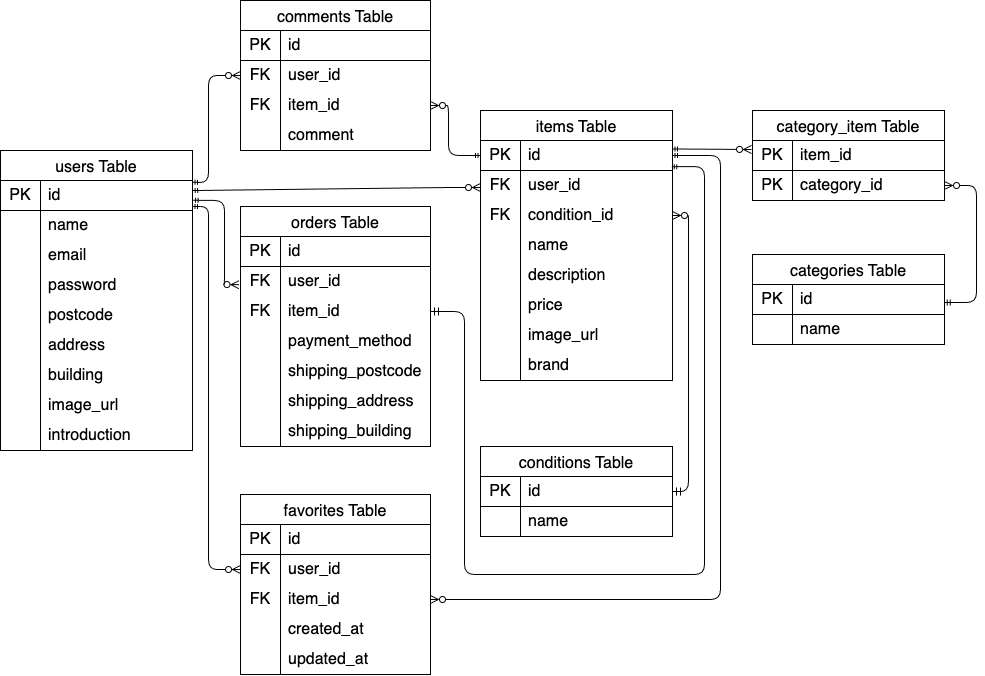
This is docs/database-design.drawio.png from saiki-ayaka/flea-market, a draw.io export, as it was before one commit. Source tidied: cells renumbered, new cells last; positions are measured from the earlier drawing's top-left corner, leaving out a move shared by most shapes.
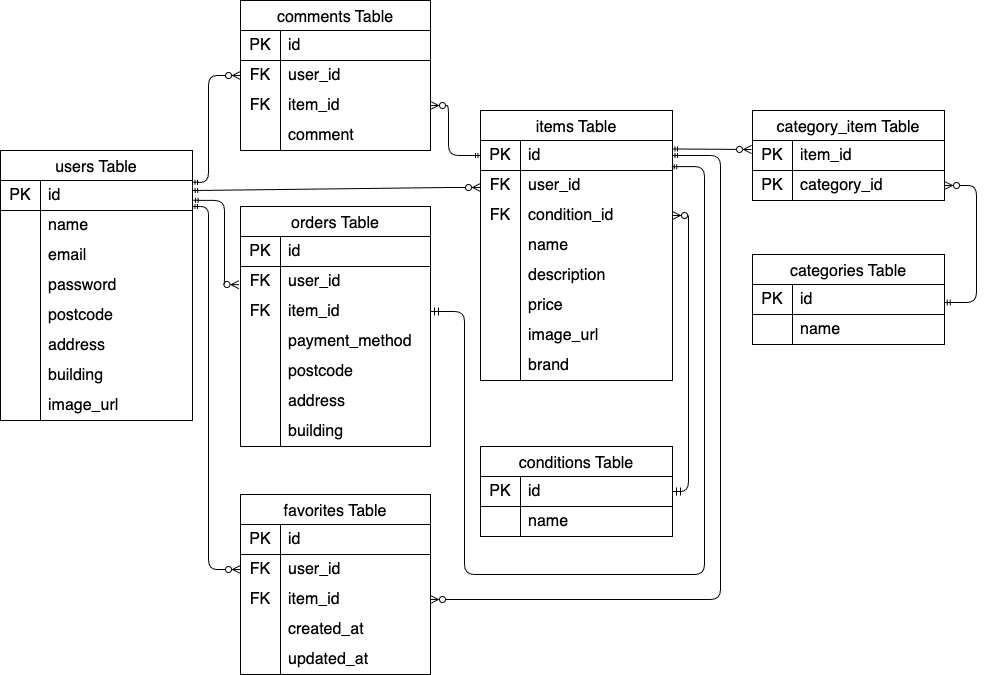
Above is the later version.

Commit message:
docs: READMEのテーブル定義修正とデータベース設計図の更新

Change to the diagram source:
```diff
@@ -45,7 +45,7 @@
       <mxGeometry x="40" width="152" height="30" as="geometry" />
     </mxCell>
     <mxCell id="16" value="users Table" style="shape=table;startSize=30;rowLines=0;fontStyle=0;strokeColor=default;fontSize=16;shadow=0;" parent="1" vertex="1">
-      <mxGeometry y="150" width="192" height="300" as="geometry" />
+      <mxGeometry y="150" width="192" height="270" as="geometry" />
     </mxCell>
     <mxCell id="17" style="shape=tableRow;horizontal=0;startSize=0;swimlaneHead=0;swimlaneBody=0;top=0;left=0;bottom=0;right=0;fillColor=none;points=[[0,0.5],[1,0.5]];portConstraint=eastwest;strokeColor=inherit;fontSize=16;" parent="16" vertex="1">
       <mxGeometry y="30" width="192" height="30" as="geometry" />
@@ -119,15 +119,6 @@
     <mxCell id="40" value="image_url" style="shape=partialRectangle;html=1;whiteSpace=wrap;fillColor=none;top=0;left=0;bottom=0;right=0;align=left;spacingLeft=6;overflow=hidden;strokeColor=inherit;fontSize=16;" parent="38" vertex="1">
       <mxGeometry x="40" width="152" height="30" as="geometry" />
     </mxCell>
-    <mxCell id="41" style="shape=tableRow;horizontal=0;startSize=0;swimlaneHead=0;swimlaneBody=0;top=0;left=0;bottom=0;right=0;fillColor=none;strokeColor=inherit;fontSize=16;" parent="16" vertex="1">
-      <mxGeometry y="270" width="192" height="30" as="geometry" />
-    </mxCell>
-    <mxCell id="42" style="shape=partialRectangle;html=1;whiteSpace=wrap;fillColor=none;top=0;left=0;bottom=0;right=0;overflow=hidden;strokeColor=inherit;fontSize=16;" parent="41" vertex="1">
-      <mxGeometry width="40" height="30" as="geometry" />
-    </mxCell>
-    <mxCell id="43" value="introduction" style="shape=partialRectangle;html=1;whiteSpace=wrap;fillColor=none;top=0;left=0;bottom=0;right=0;align=left;spacingLeft=6;overflow=hidden;strokeColor=inherit;fontSize=16;" parent="41" vertex="1">
-      <mxGeometry x="40" width="152" height="30" as="geometry" />
-    </mxCell>
     <mxCell id="44" value="items Table" style="shape=table;startSize=30;rowLines=0;fontStyle=0;strokeColor=default;fontSize=16;shadow=0;" parent="1" vertex="1">
       <mxGeometry x="480" y="110" width="192" height="270" as="geometry" />
     </mxCell>
@@ -356,7 +347,7 @@
     <mxCell id="119" style="shape=partialRectangle;html=1;whiteSpace=wrap;fillColor=none;top=0;left=0;bottom=0;right=0;overflow=hidden;strokeColor=inherit;fontSize=16;" parent="118" vertex="1">
       <mxGeometry width="40" height="30" as="geometry" />
     </mxCell>
-    <mxCell id="120" value="shipping_postcode" style="shape=partialRectangle;html=1;whiteSpace=wrap;fillColor=none;top=0;left=0;bottom=0;right=0;align=left;spacingLeft=6;overflow=hidden;strokeColor=inherit;fontSize=16;" parent="118" vertex="1">
+    <mxCell id="120" value="postcode" style="shape=partialRectangle;html=1;whiteSpace=wrap;fillColor=none;top=0;left=0;bottom=0;right=0;align=left;spacingLeft=6;overflow=hidden;strokeColor=inherit;fontSize=16;" parent="118" vertex="1">
       <mxGeometry x="40" width="150" height="30" as="geometry" />
     </mxCell>
     <mxCell id="121" style="shape=tableRow;horizontal=0;startSize=0;swimlaneHead=0;swimlaneBody=0;top=0;left=0;bottom=0;right=0;fillColor=none;strokeColor=inherit;fontSize=16;" parent="105" vertex="1">
@@ -365,7 +356,7 @@
     <mxCell id="122" style="shape=partialRectangle;html=1;whiteSpace=wrap;fillColor=none;top=0;left=0;bottom=0;right=0;overflow=hidden;strokeColor=inherit;fontSize=16;" parent="121" vertex="1">
       <mxGeometry width="40" height="30" as="geometry" />
     </mxCell>
-    <mxCell id="123" value="shipping_address" style="shape=partialRectangle;html=1;whiteSpace=wrap;fillColor=none;top=0;left=0;bottom=0;right=0;align=left;spacingLeft=6;overflow=hidden;strokeColor=inherit;fontSize=16;" parent="121" vertex="1">
+    <mxCell id="123" value="address" style="shape=partialRectangle;html=1;whiteSpace=wrap;fillColor=none;top=0;left=0;bottom=0;right=0;align=left;spacingLeft=6;overflow=hidden;strokeColor=inherit;fontSize=16;" parent="121" vertex="1">
       <mxGeometry x="40" width="150" height="30" as="geometry" />
     </mxCell>
     <mxCell id="124" style="shape=tableRow;horizontal=0;startSize=0;swimlaneHead=0;swimlaneBody=0;top=0;left=0;bottom=0;right=0;fillColor=none;strokeColor=inherit;fontSize=16;" parent="105" vertex="1">
@@ -374,7 +365,7 @@
     <mxCell id="125" style="shape=partialRectangle;html=1;whiteSpace=wrap;fillColor=none;top=0;left=0;bottom=0;right=0;overflow=hidden;strokeColor=inherit;fontSize=16;" parent="124" vertex="1">
       <mxGeometry width="40" height="30" as="geometry" />
     </mxCell>
-    <mxCell id="126" value="shipping_building" style="shape=partialRectangle;html=1;whiteSpace=wrap;fillColor=none;top=0;left=0;bottom=0;right=0;align=left;spacingLeft=6;overflow=hidden;strokeColor=inherit;fontSize=16;" parent="124" vertex="1">
+    <mxCell id="126" value="building" style="shape=partialRectangle;html=1;whiteSpace=wrap;fillColor=none;top=0;left=0;bottom=0;right=0;align=left;spacingLeft=6;overflow=hidden;strokeColor=inherit;fontSize=16;" parent="124" vertex="1">
       <mxGeometry x="40" width="150" height="30" as="geometry" />
     </mxCell>
     <mxCell id="127" style="edgeStyle=none;html=1;endArrow=ERzeroToMany;endFill=0;strokeWidth=1;endSize=6;startArrow=ERmandOne;startFill=0;targetPerimeterSpacing=0;sourcePerimeterSpacing=0;startSize=3;exitX=1.001;exitY=0.335;exitDx=0;exitDy=0;exitPerimeter=0;entryX=0;entryY=0.567;entryDx=0;entryDy=0;entryPerimeter=0;" parent="1" edge="1" source="17" target="48">
```
